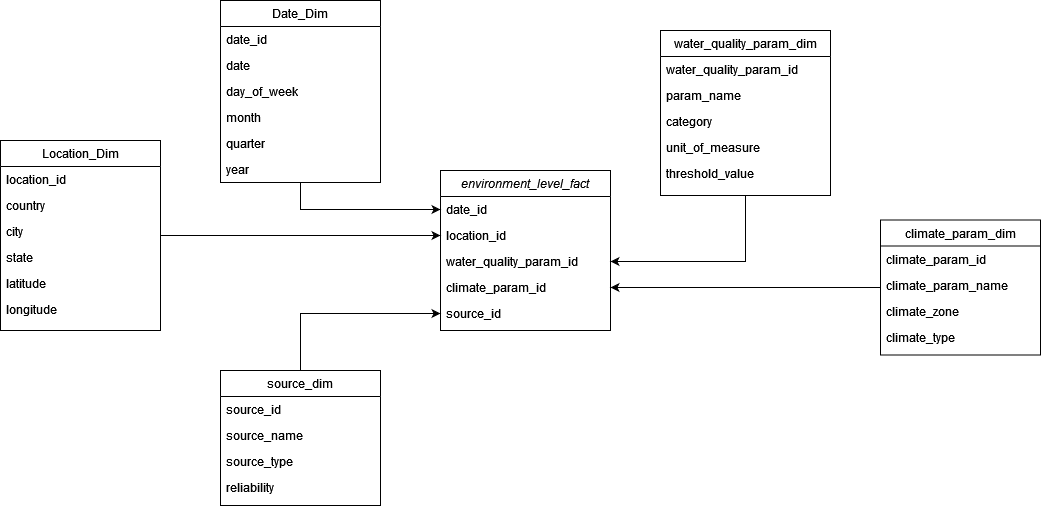
Above: assets/StarSchema.png in EFProject/ClimateWaterDataWarehouse (draw.io), before the change. Source tidied: cells renumbered, new cells last; positions are measured from the earlier drawing's top-left corner, leaving out a move shared by most shapes.
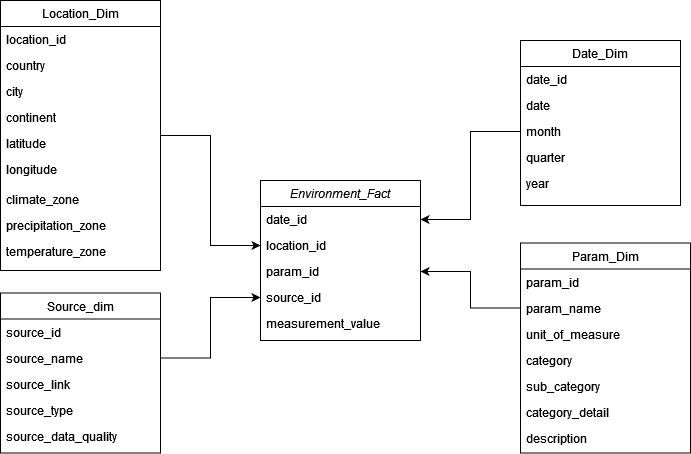
Later version of the same file.

Commit message:
Update assets, add new dataset on Continent and version 1 is complete

The edit, as a diff of the source:
```diff
@@ -2,29 +2,29 @@
   <root>
     <mxCell id="0" />
     <mxCell id="1" parent="0" />
-    <mxCell id="2" value="environment_level_fact" style="swimlane;fontStyle=2;align=center;verticalAlign=top;horizontal=1;startSize=26;rounded=0;shadow=0;strokeWidth=1;" parent="1" vertex="1">
-      <mxGeometry x="440" y="170" width="170" height="160" as="geometry" />
+    <mxCell id="2" value="Environment_Fact" style="swimlane;fontStyle=2;align=center;verticalAlign=top;horizontal=1;startSize=26;rounded=0;shadow=0;strokeWidth=1;" parent="1" vertex="1">
+      <mxGeometry x="440" y="170" width="160" height="160" as="geometry" />
     </mxCell>
     <mxCell id="3" value="date_id" style="text;align=left;verticalAlign=top;spacingLeft=4;spacingRight=4;overflow=hidden;points=[[0,0.5],[1,0.5]];portConstraint=eastwest;" parent="2" vertex="1">
-      <mxGeometry y="26" width="170" height="26" as="geometry" />
+      <mxGeometry y="26" width="160" height="26" as="geometry" />
     </mxCell>
     <mxCell id="4" value="location_id " style="text;align=left;verticalAlign=top;spacingLeft=4;spacingRight=4;overflow=hidden;points=[[0,0.5],[1,0.5]];portConstraint=eastwest;rounded=0;shadow=0;html=0;" parent="2" vertex="1">
-      <mxGeometry y="52" width="170" height="26" as="geometry" />
+      <mxGeometry y="52" width="160" height="26" as="geometry" />
     </mxCell>
-    <mxCell id="5" value="water_quality_param_id" style="text;align=left;verticalAlign=top;spacingLeft=4;spacingRight=4;overflow=hidden;points=[[0,0.5],[1,0.5]];portConstraint=eastwest;rounded=0;shadow=0;html=0;" parent="2" vertex="1">
-      <mxGeometry y="78" width="170" height="26" as="geometry" />
+    <mxCell id="5" value="param_id" style="text;align=left;verticalAlign=top;spacingLeft=4;spacingRight=4;overflow=hidden;points=[[0,0.5],[1,0.5]];portConstraint=eastwest;rounded=0;shadow=0;html=0;" parent="2" vertex="1">
+      <mxGeometry y="78" width="160" height="26" as="geometry" />
     </mxCell>
-    <mxCell id="6" value="climate_param_id" style="text;align=left;verticalAlign=top;spacingLeft=4;spacingRight=4;overflow=hidden;points=[[0,0.5],[1,0.5]];portConstraint=eastwest;" parent="2" vertex="1">
-      <mxGeometry y="104" width="170" height="26" as="geometry" />
-    </mxCell>
     <mxCell id="7" value="source_id" style="text;align=left;verticalAlign=top;spacingLeft=4;spacingRight=4;overflow=hidden;points=[[0,0.5],[1,0.5]];portConstraint=eastwest;" parent="2" vertex="1">
-      <mxGeometry y="130" width="170" height="26" as="geometry" />
+      <mxGeometry y="104" width="160" height="26" as="geometry" />
     </mxCell>
+    <mxCell id="43" value="measurement_value" style="text;align=left;verticalAlign=top;spacingLeft=4;spacingRight=4;overflow=hidden;" parent="2" vertex="1">
+      <mxGeometry y="130" width="160" height="26" as="geometry" />
+    </mxCell>
-    <mxCell id="8" style="edgeStyle=orthogonalEdgeStyle;rounded=0;jettySize=auto;html=1;" parent="1" edge="1" source="9" target="3">
+    <mxCell id="8" style="edgeStyle=orthogonalEdgeStyle;rounded=0;jettySize=auto;html=1;exitX=0;exitY=0.5;exitDx=0;exitDy=0;" parent="1" edge="1" source="13" target="3">
       <mxGeometry relative="1" as="geometry" />
     </mxCell>
     <mxCell id="9" value="Date_Dim" style="swimlane;fontStyle=0;align=center;verticalAlign=top;horizontal=1;startSize=26;rounded=0;shadow=0;strokeWidth=1;" parent="1" vertex="1">
-      <mxGeometry x="220" width="160" height="182" as="geometry" />
+      <mxGeometry x="700" y="30" width="160" height="165" as="geometry" />
     </mxCell>
     <mxCell id="10" value="date_id" style="text;align=left;verticalAlign=top;spacingLeft=4;spacingRight=4;overflow=hidden;" parent="9" vertex="1">
       <mxGeometry y="26" width="160" height="26" as="geometry" />
@@ -32,23 +32,20 @@
     <mxCell id="11" value="date" style="text;align=left;verticalAlign=top;spacingLeft=4;spacingRight=4;overflow=hidden;rounded=0;shadow=0;html=0;" parent="9" vertex="1">
       <mxGeometry y="52" width="160" height="26" as="geometry" />
     </mxCell>
-    <mxCell id="12" value="day_of_week" style="text;align=left;verticalAlign=top;spacingLeft=4;spacingRight=4;overflow=hidden;rounded=0;shadow=0;html=0;" parent="9" vertex="1">
-      <mxGeometry y="78" width="160" height="26" as="geometry" />
-    </mxCell>
     <mxCell id="13" value="month" style="text;align=left;verticalAlign=top;spacingLeft=4;spacingRight=4;overflow=hidden;points=[[0,0.5],[1,0.5]];portConstraint=eastwest;rounded=0;shadow=0;html=0;" parent="9" vertex="1">
-      <mxGeometry y="104" width="160" height="26" as="geometry" />
+      <mxGeometry y="78" width="160" height="26" as="geometry" />
     </mxCell>
     <mxCell id="14" value="quarter" style="text;align=left;verticalAlign=top;spacingLeft=4;spacingRight=4;overflow=hidden;rounded=0;shadow=0;html=0;" parent="9" vertex="1">
-      <mxGeometry y="130" width="160" height="26" as="geometry" />
+      <mxGeometry y="104" width="160" height="26" as="geometry" />
     </mxCell>
     <mxCell id="15" value="year" style="text;align=left;verticalAlign=top;spacingLeft=4;spacingRight=4;overflow=hidden;rounded=0;shadow=0;html=0;" parent="9" vertex="1">
-      <mxGeometry y="156" width="160" height="26" as="geometry" />
+      <mxGeometry y="130" width="160" height="26" as="geometry" />
     </mxCell>
     <mxCell id="16" style="edgeStyle=orthogonalEdgeStyle;rounded=0;jettySize=auto;html=1;" parent="1" edge="1" source="17" target="4">
       <mxGeometry relative="1" as="geometry" />
     </mxCell>
     <mxCell id="17" value="Location_Dim" style="swimlane;fontStyle=0;align=center;verticalAlign=top;horizontal=1;startSize=26;rounded=0;shadow=0;strokeWidth=1;" parent="1" vertex="1">
-      <mxGeometry y="140" width="160" height="190" as="geometry" />
+      <mxGeometry x="180" y="-10" width="160" height="270" as="geometry" />
     </mxCell>
     <mxCell id="18" value="location_id " style="text;align=left;verticalAlign=top;spacingLeft=4;spacingRight=4;overflow=hidden;" parent="17" vertex="1">
       <mxGeometry y="26" width="160" height="26" as="geometry" />
@@ -59,59 +56,56 @@
     <mxCell id="20" value="city" style="text;align=left;verticalAlign=top;spacingLeft=4;spacingRight=4;overflow=hidden;rounded=0;shadow=0;html=0;" parent="17" vertex="1">
       <mxGeometry y="78" width="160" height="26" as="geometry" />
     </mxCell>
-    <mxCell id="21" value="state" style="text;align=left;verticalAlign=top;spacingLeft=4;spacingRight=4;overflow=hidden;rounded=0;shadow=0;html=0;" parent="17" vertex="1">
-      <mxGeometry y="104" width="160" height="26" as="geometry" />
-    </mxCell>
+    <mxCell id="44" value="continent" style="text;align=left;verticalAlign=top;spacingLeft=4;spacingRight=4;overflow=hidden;rounded=0;shadow=0;html=0;" parent="17" vertex="1">
+      <mxGeometry y="104" width="160" height="26" as="geometry" />
+    </mxCell>
     <mxCell id="22" value="latitude" style="text;align=left;verticalAlign=top;spacingLeft=4;spacingRight=4;overflow=hidden;rounded=0;shadow=0;html=0;" parent="17" vertex="1">
       <mxGeometry y="130" width="160" height="26" as="geometry" />
     </mxCell>
     <mxCell id="23" value="longitude" style="text;align=left;verticalAlign=top;spacingLeft=4;spacingRight=4;overflow=hidden;rounded=0;shadow=0;html=0;" parent="17" vertex="1">
-      <mxGeometry y="156" width="160" height="26" as="geometry" />
+      <mxGeometry y="156" width="160" height="30" as="geometry" />
     </mxCell>
+    <mxCell id="34" value="climate_zone" style="text;align=left;verticalAlign=top;spacingLeft=4;spacingRight=4;overflow=hidden;rounded=0;shadow=0;html=0;" parent="17" vertex="1">
+      <mxGeometry y="186" width="160" height="26" as="geometry" />
+    </mxCell>
+    <mxCell id="45" value="precipitation_zone" style="text;align=left;verticalAlign=top;spacingLeft=4;spacingRight=4;overflow=hidden;rounded=0;shadow=0;html=0;" parent="17" vertex="1">
+      <mxGeometry y="212" width="160" height="26" as="geometry" />
+    </mxCell>
+    <mxCell id="46" value="temperature_zone" style="text;align=left;verticalAlign=top;spacingLeft=4;spacingRight=4;overflow=hidden;rounded=0;shadow=0;html=0;" parent="17" vertex="1">
+      <mxGeometry y="238" width="160" height="26" as="geometry" />
+    </mxCell>
-    <mxCell id="24" value="water_quality_param_dim" style="swimlane;fontStyle=0;align=center;verticalAlign=top;horizontal=1;startSize=26;rounded=0;shadow=0;strokeWidth=1;" parent="1" vertex="1">
-      <mxGeometry x="660" y="30" width="170" height="165" as="geometry" />
+    <mxCell id="24" value="Param_Dim" style="swimlane;fontStyle=0;align=center;verticalAlign=top;horizontal=1;startSize=26;rounded=0;shadow=0;strokeWidth=1;" parent="1" vertex="1">
+      <mxGeometry x="700" y="232.5" width="170" height="210" as="geometry" />
     </mxCell>
-    <mxCell id="25" value="water_quality_param_id" style="text;align=left;verticalAlign=top;spacingLeft=4;spacingRight=4;overflow=hidden;" parent="24" vertex="1">
+    <mxCell id="25" value="param_id" style="text;align=left;verticalAlign=top;spacingLeft=4;spacingRight=4;overflow=hidden;" parent="24" vertex="1">
       <mxGeometry y="26" width="170" height="26" as="geometry" />
     </mxCell>
     <mxCell id="26" value="param_name" style="text;align=left;verticalAlign=top;spacingLeft=4;spacingRight=4;overflow=hidden;points=[[0,0.5],[1,0.5]];portConstraint=eastwest;rounded=0;shadow=0;html=0;" parent="24" vertex="1">
       <mxGeometry y="52" width="170" height="26" as="geometry" />
     </mxCell>
+    <mxCell id="28" value="unit_of_measure" style="text;align=left;verticalAlign=top;spacingLeft=4;spacingRight=4;overflow=hidden;rounded=0;shadow=0;html=0;" parent="24" vertex="1">
+      <mxGeometry y="78" width="170" height="26" as="geometry" />
+    </mxCell>
     <mxCell id="27" value="category" style="text;align=left;verticalAlign=top;spacingLeft=4;spacingRight=4;overflow=hidden;rounded=0;shadow=0;html=0;" parent="24" vertex="1">
-      <mxGeometry y="78" width="170" height="26" as="geometry" />
+      <mxGeometry y="104" width="170" height="26" as="geometry" />
     </mxCell>
-    <mxCell id="28" value="unit_of_measure" style="text;align=left;verticalAlign=top;spacingLeft=4;spacingRight=4;overflow=hidden;rounded=0;shadow=0;html=0;" parent="24" vertex="1">
-      <mxGeometry y="104" width="170" height="26" as="geometry" />
-    </mxCell>
-    <mxCell id="29" value="threshold_value" style="text;align=left;verticalAlign=top;spacingLeft=4;spacingRight=4;overflow=hidden;rounded=0;shadow=0;html=0;" parent="24" vertex="1">
-      <mxGeometry y="130" width="170" height="26" as="geometry" />
-    </mxCell>
+    <mxCell id="47" value="sub_category" style="text;align=left;verticalAlign=top;spacingLeft=4;spacingRight=4;overflow=hidden;rounded=0;shadow=0;html=0;" parent="24" vertex="1">
+      <mxGeometry y="130" width="170" height="26" as="geometry" />
+    </mxCell>
+    <mxCell id="48" value="category_detail" style="text;align=left;verticalAlign=top;spacingLeft=4;spacingRight=4;overflow=hidden;rounded=0;shadow=0;html=0;" parent="24" vertex="1">
+      <mxGeometry y="156" width="170" height="26" as="geometry" />
+    </mxCell>
+    <mxCell id="49" value="description" style="text;align=left;verticalAlign=top;spacingLeft=4;spacingRight=4;overflow=hidden;rounded=0;shadow=0;html=0;" parent="24" vertex="1">
+      <mxGeometry y="182" width="170" height="26" as="geometry" />
+    </mxCell>
-    <mxCell id="30" style="edgeStyle=orthogonalEdgeStyle;rounded=0;jettySize=auto;html=1;exitX=0.5;exitY=1;exitDx=0;exitDy=0;" parent="1" edge="1" source="24" target="5">
+    <mxCell id="30" style="edgeStyle=orthogonalEdgeStyle;rounded=0;jettySize=auto;html=1;exitX=0;exitY=0.5;exitDx=0;exitDy=0;" parent="1" edge="1" source="26" target="5">
       <mxGeometry relative="1" as="geometry" />
     </mxCell>
-    <mxCell id="31" value="climate_param_dim" style="swimlane;fontStyle=0;align=center;verticalAlign=top;horizontal=1;startSize=26;rounded=0;shadow=0;strokeWidth=1;" parent="1" vertex="1">
-      <mxGeometry x="880" y="219.5" width="160" height="135" as="geometry" />
-    </mxCell>
-    <mxCell id="32" value="climate_param_id" style="text;align=left;verticalAlign=top;spacingLeft=4;spacingRight=4;overflow=hidden;" parent="31" vertex="1">
-      <mxGeometry y="26" width="160" height="26" as="geometry" />
-    </mxCell>
-    <mxCell id="33" value="climate_param_name" style="text;align=left;verticalAlign=top;spacingLeft=4;spacingRight=4;overflow=hidden;rounded=0;shadow=0;html=0;" parent="31" vertex="1">
-      <mxGeometry y="52" width="160" height="26" as="geometry" />
-    </mxCell>
-    <mxCell id="34" value="climate_zone" style="text;align=left;verticalAlign=top;spacingLeft=4;spacingRight=4;overflow=hidden;rounded=0;shadow=0;html=0;" parent="31" vertex="1">
-      <mxGeometry y="78" width="160" height="26" as="geometry" />
-    </mxCell>
-    <mxCell id="35" value="climate_type" style="text;align=left;verticalAlign=top;spacingLeft=4;spacingRight=4;overflow=hidden;rounded=0;shadow=0;html=0;" parent="31" vertex="1">
-      <mxGeometry y="104" width="160" height="26" as="geometry" />
-    </mxCell>
-    <mxCell id="36" style="edgeStyle=orthogonalEdgeStyle;rounded=0;jettySize=auto;html=1;" parent="1" edge="1" source="31" target="6">
-      <mxGeometry relative="1" as="geometry" />
-    </mxCell>
-    <mxCell id="37" style="edgeStyle=orthogonalEdgeStyle;rounded=0;jettySize=auto;html=1;" parent="1" edge="1" source="38" target="7">
+    <mxCell id="37" style="edgeStyle=orthogonalEdgeStyle;rounded=0;jettySize=auto;html=1;exitX=1;exitY=0.5;exitDx=0;exitDy=0;" parent="1" edge="1" source="40" target="7">
       <mxGeometry relative="1" as="geometry" />
     </mxCell>
-    <mxCell id="38" value="source_dim" style="swimlane;fontStyle=0;align=center;verticalAlign=top;horizontal=1;startSize=26;rounded=0;shadow=0;strokeWidth=1;" parent="1" vertex="1">
-      <mxGeometry x="220" y="370" width="160" height="135" as="geometry" />
+    <mxCell id="38" value="Source_dim" style="swimlane;fontStyle=0;align=center;verticalAlign=top;horizontal=1;startSize=26;rounded=0;shadow=0;strokeWidth=1;" parent="1" vertex="1">
+      <mxGeometry x="180" y="282.5" width="160" height="160" as="geometry" />
     </mxCell>
     <mxCell id="39" value="source_id" style="text;align=left;verticalAlign=top;spacingLeft=4;spacingRight=4;overflow=hidden;" parent="38" vertex="1">
       <mxGeometry y="26" width="160" height="26" as="geometry" />
@@ -119,11 +113,14 @@
     <mxCell id="40" value="source_name" style="text;align=left;verticalAlign=top;spacingLeft=4;spacingRight=4;overflow=hidden;points=[[0,0.5],[1,0.5]];portConstraint=eastwest;rounded=0;shadow=0;html=0;" parent="38" vertex="1">
       <mxGeometry y="52" width="160" height="26" as="geometry" />
     </mxCell>
+    <mxCell id="50" value="source_link" style="text;align=left;verticalAlign=top;spacingLeft=4;spacingRight=4;overflow=hidden;rounded=0;shadow=0;html=0;" parent="38" vertex="1">
+      <mxGeometry y="78" width="160" height="26" as="geometry" />
+    </mxCell>
     <mxCell id="41" value="source_type" style="text;align=left;verticalAlign=top;spacingLeft=4;spacingRight=4;overflow=hidden;rounded=0;shadow=0;html=0;" parent="38" vertex="1">
-      <mxGeometry y="78" width="160" height="26" as="geometry" />
+      <mxGeometry y="104" width="160" height="26" as="geometry" />
     </mxCell>
-    <mxCell id="42" value="reliability" style="text;align=left;verticalAlign=top;spacingLeft=4;spacingRight=4;overflow=hidden;rounded=0;shadow=0;html=0;" parent="38" vertex="1">
-      <mxGeometry y="104" width="160" height="26" as="geometry" />
+    <mxCell id="42" value="source_data_quality" style="text;align=left;verticalAlign=top;spacingLeft=4;spacingRight=4;overflow=hidden;rounded=0;shadow=0;html=0;" parent="38" vertex="1">
+      <mxGeometry y="130" width="160" height="26" as="geometry" />
     </mxCell>
   </root>
 </mxGraphModel>
```
